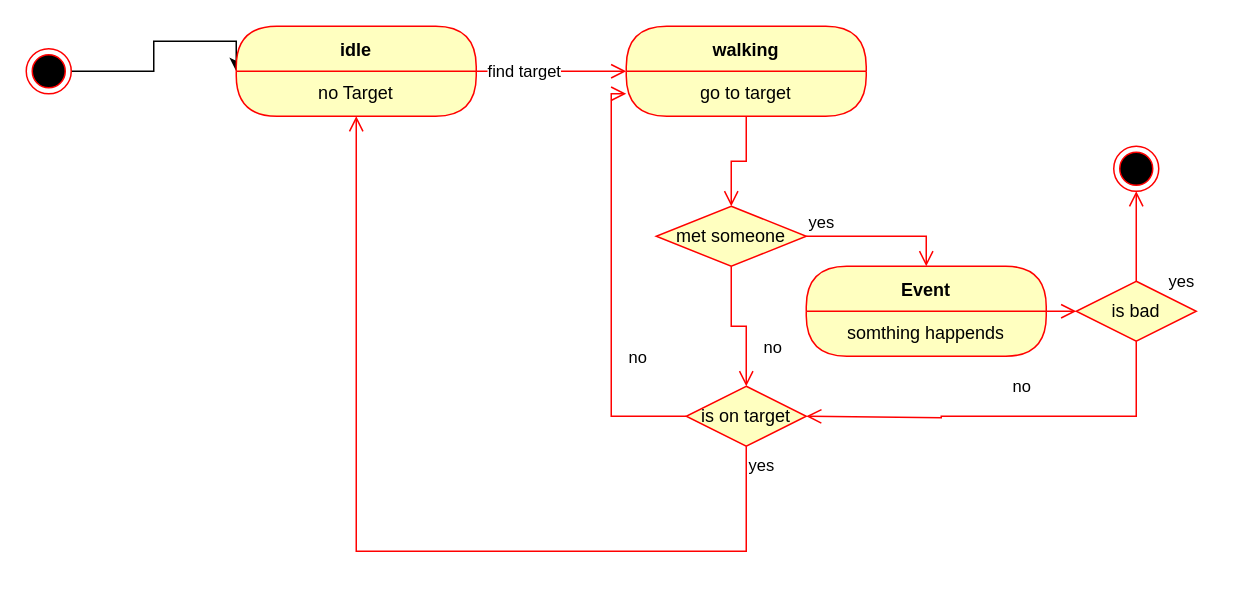
KacKep/city_simulator keeps this draw.io diagram as drawio/machine_flow_chart.drawio. Above is the earlier version. Source tidied: cells renumbered, new cells numbered last; positions are measured from the earlier drawing's top-left corner, leaving out a move shared by most shapes. Both pictures are drawn from the tidied source at 150%, with x=0, y=0 at pixel (26, 26).
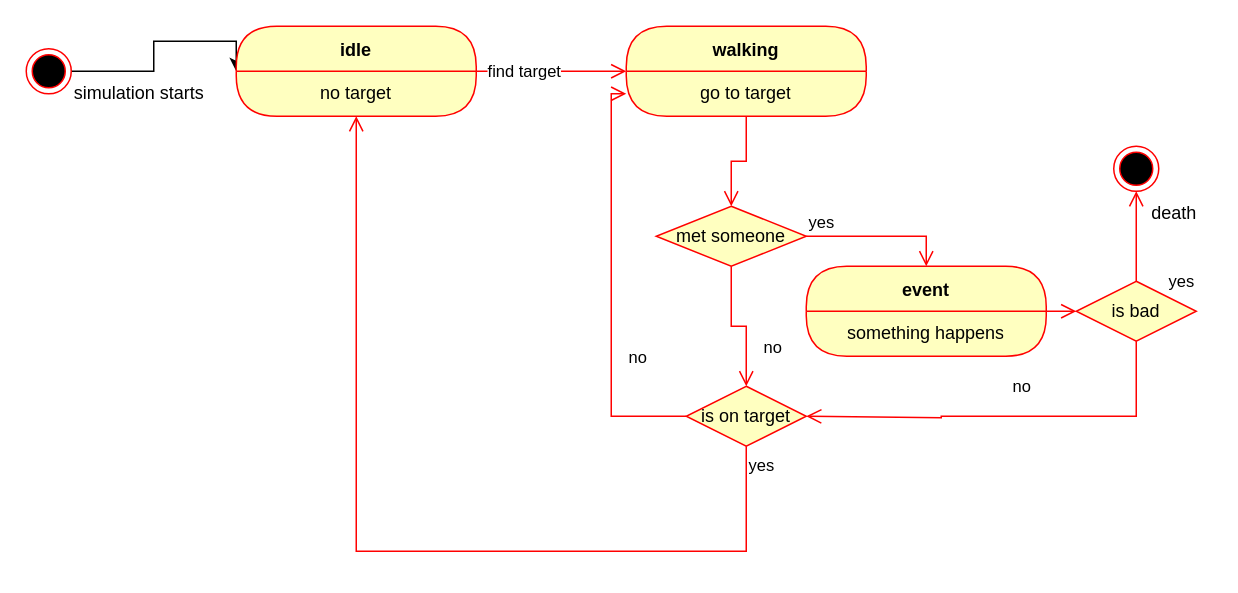
The same diagram, later.

The change refers to these unchanged cells:
```xml
<mxCell id="8" value="idle" style="swimlane;fontStyle=1;align=center;verticalAlign=middle;horizontal=1;startSize=30;fontColor=#000000;rounded=1;arcSize=30;strokeColor=#ff0000;fillColor=#ffffc0;swimlaneFillColor=#ffffc0;" parent="1" vertex="1">
  <mxGeometry x="140" width="160" height="60" as="geometry" />
</mxCell>
```

Diff of the diagram source:
```diff
@@
-    <mxCell id="9" value="no Target" style="text;html=1;strokeColor=none;fillColor=none;align=center;verticalAlign=middle;spacingLeft=4;spacingRight=4;whiteSpace=wrap;overflow=hidden;fontColor=#000000;" parent="8" vertex="1">
+    <mxCell id="9" value="no target" style="text;html=1;strokeColor=none;fillColor=none;align=center;verticalAlign=middle;spacingLeft=4;spacingRight=4;whiteSpace=wrap;overflow=hidden;fontColor=#000000;" parent="8" vertex="1">
       <mxGeometry y="30" width="160" height="30" as="geometry" />
     </mxCell>
@@
-    <mxCell id="15" value="Event" style="swimlane;fontStyle=1;align=center;verticalAlign=middle;horizontal=1;startSize=30;fontColor=#000000;rounded=1;arcSize=30;strokeColor=#ff0000;fillColor=#ffffc0;swimlaneFillColor=#ffffc0;" parent="1" vertex="1">
+    <mxCell id="15" value="event" style="swimlane;fontStyle=1;align=center;verticalAlign=middle;horizontal=1;startSize=30;fontColor=#000000;rounded=1;arcSize=30;strokeColor=#ff0000;fillColor=#ffffc0;swimlaneFillColor=#ffffc0;" parent="1" vertex="1">
       <mxGeometry x="520" y="160" width="160" height="60" as="geometry" />
     </mxCell>
-    <mxCell id="16" value="somthing happends" style="text;html=1;strokeColor=none;fillColor=none;align=center;verticalAlign=middle;spacingLeft=4;spacingRight=4;whiteSpace=wrap;overflow=hidden;fontColor=#000000;" parent="15" vertex="1">
+    <mxCell id="16" value="something happens" style="text;html=1;strokeColor=none;fillColor=none;align=center;verticalAlign=middle;spacingLeft=4;spacingRight=4;whiteSpace=wrap;overflow=hidden;fontColor=#000000;" parent="15" vertex="1">
       <mxGeometry y="30" width="160" height="30" as="geometry" />
     </mxCell>
@@
+    <mxCell id="24" value="death" style="text;html=1;align=center;verticalAlign=middle;strokeColor=none;fillColor=none;" parent="1" vertex="1">
+      <mxGeometry x="740" y="110" width="50" height="30" as="geometry" />
+    </mxCell>
+    <mxCell id="25" value="simulation starts" style="text;html=1;align=center;verticalAlign=middle;strokeColor=none;fillColor=none;" parent="1" vertex="1">
+      <mxGeometry x="20" y="30" width="110" height="30" as="geometry" />
+    </mxCell>
```
